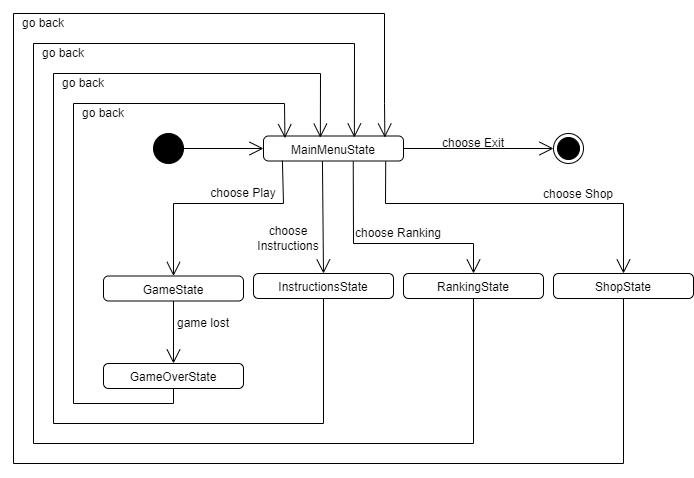
Before: docs/StateDiagram.png, a diagram exported from draw.io (AntonioAbilio/ShellShift-LDTS). Source tidied: cells renumbered, new cells last; positions are measured from the earlier drawing's top-left corner, leaving out a move shared by most shapes. The source it was exported from:
```xml
<mxGraphModel>
  <root>
    <mxCell id="0" />
    <mxCell id="1" parent="0" />
    <mxCell id="2" style="ellipse;fillColor=strokeColor;html=1;" parent="1" vertex="1">
      <mxGeometry x="140" y="120" width="30" height="30" as="geometry" />
    </mxCell>
    <mxCell id="3" style="ellipse;html=1;shape=endState;fillColor=strokeColor;" parent="1" vertex="1">
      <mxGeometry x="540" y="120" width="30" height="30" as="geometry" />
    </mxCell>
    <mxCell id="4" value="MainMenuState" style="html=1;align=center;verticalAlign=top;rounded=1;absoluteArcSize=1;arcSize=10;dashed=0;whiteSpace=wrap;" parent="1" vertex="1">
      <mxGeometry x="250" y="122.5" width="140" height="25" as="geometry" />
    </mxCell>
    <mxCell id="5" style="endArrow=open;endFill=1;endSize=12;html=1;rounded=0;exitX=1;exitY=0.5;exitDx=0;exitDy=0;entryX=0;entryY=0.5;entryDx=0;entryDy=0;" parent="1" edge="1" source="2" target="4">
      <mxGeometry relative="1" as="geometry" />
    </mxCell>
    <mxCell id="6" style="endArrow=open;endFill=1;endSize=12;html=1;rounded=0;exitX=0.135;exitY=0.989;exitDx=0;exitDy=0;exitPerimeter=0;entryX=0.5;entryY=0;entryDx=0;entryDy=0;" parent="1" edge="1" source="4" target="7">
      <mxGeometry relative="1" as="geometry">
        <Array as="points">
          <mxPoint x="270" y="190" />
          <mxPoint x="160" y="190" />
        </Array>
      </mxGeometry>
    </mxCell>
    <mxCell id="7" value="GameState" style="html=1;align=center;verticalAlign=top;rounded=1;absoluteArcSize=1;arcSize=10;dashed=0;whiteSpace=wrap;" parent="1" vertex="1">
      <mxGeometry x="90" y="262.5" width="140" height="25" as="geometry" />
    </mxCell>
    <mxCell id="8" value="InstructionsState" style="html=1;align=center;verticalAlign=top;rounded=1;absoluteArcSize=1;arcSize=10;dashed=0;whiteSpace=wrap;" parent="1" vertex="1">
      <mxGeometry x="240" y="260" width="140" height="25" as="geometry" />
    </mxCell>
    <mxCell id="9" value="GameOverState" style="html=1;align=center;verticalAlign=top;rounded=1;absoluteArcSize=1;arcSize=10;dashed=0;whiteSpace=wrap;" parent="1" vertex="1">
      <mxGeometry x="90" y="350" width="140" height="25" as="geometry" />
    </mxCell>
    <mxCell id="10" value="ShopState" style="html=1;align=center;verticalAlign=top;rounded=1;absoluteArcSize=1;arcSize=10;dashed=0;whiteSpace=wrap;" parent="1" vertex="1">
      <mxGeometry x="540" y="260" width="140" height="25" as="geometry" />
    </mxCell>
    <mxCell id="11" value="RankingState" style="html=1;align=center;verticalAlign=top;rounded=1;absoluteArcSize=1;arcSize=10;dashed=0;whiteSpace=wrap;" parent="1" vertex="1">
      <mxGeometry x="390" y="260" width="140" height="25" as="geometry" />
    </mxCell>
    <mxCell id="12" style="endArrow=open;endFill=1;endSize=12;html=1;rounded=0;exitX=0.421;exitY=1.007;exitDx=0;exitDy=0;entryX=0.5;entryY=0;entryDx=0;entryDy=0;exitPerimeter=0;" parent="1" edge="1" source="4" target="8">
      <mxGeometry relative="1" as="geometry" />
    </mxCell>
    <mxCell id="13" style="endArrow=open;endFill=1;endSize=12;html=1;rounded=0;entryX=0.5;entryY=0;entryDx=0;entryDy=0;exitX=0.873;exitY=1.014;exitDx=0;exitDy=0;exitPerimeter=0;" parent="1" edge="1" source="4" target="10">
      <mxGeometry relative="1" as="geometry">
        <Array as="points">
          <mxPoint x="372" y="190" />
          <mxPoint x="610" y="190" />
        </Array>
      </mxGeometry>
    </mxCell>
    <mxCell id="14" style="endArrow=open;endFill=1;endSize=12;html=1;rounded=0;exitX=0.641;exitY=1.019;exitDx=0;exitDy=0;entryX=0.5;entryY=0;entryDx=0;entryDy=0;exitPerimeter=0;" parent="1" edge="1" source="4" target="11">
      <mxGeometry relative="1" as="geometry">
        <Array as="points">
          <mxPoint x="340" y="230" />
          <mxPoint x="460" y="230" />
        </Array>
      </mxGeometry>
    </mxCell>
    <mxCell id="15" style="endArrow=open;endFill=1;endSize=12;html=1;rounded=0;exitX=0.5;exitY=1;exitDx=0;exitDy=0;entryX=0.5;entryY=0;entryDx=0;entryDy=0;" parent="1" edge="1" source="7" target="9">
      <mxGeometry relative="1" as="geometry" />
    </mxCell>
    <mxCell id="16" style="endArrow=open;endFill=1;endSize=12;html=1;rounded=0;exitX=0.5;exitY=1;exitDx=0;exitDy=0;entryX=0.153;entryY=0.086;entryDx=0;entryDy=0;entryPerimeter=0;" parent="1" edge="1" source="9" target="4">
      <mxGeometry relative="1" as="geometry">
        <Array as="points">
          <mxPoint x="160" y="390" />
          <mxPoint x="60" y="390" />
          <mxPoint x="60" y="90" />
          <mxPoint x="271" y="90" />
        </Array>
      </mxGeometry>
    </mxCell>
    <mxCell id="17" style="endArrow=open;endFill=1;endSize=12;html=1;rounded=0;exitX=0.5;exitY=1;exitDx=0;exitDy=0;entryX=0.406;entryY=0.067;entryDx=0;entryDy=0;entryPerimeter=0;" parent="1" edge="1" source="8" target="4">
      <mxGeometry relative="1" as="geometry">
        <Array as="points">
          <mxPoint x="310" y="410" />
          <mxPoint x="40" y="410" />
          <mxPoint x="40" y="60" />
          <mxPoint x="307" y="60" />
        </Array>
      </mxGeometry>
    </mxCell>
    <mxCell id="18" style="endArrow=open;endFill=1;endSize=12;html=1;rounded=0;exitX=0.5;exitY=1;exitDx=0;exitDy=0;entryX=0.649;entryY=0.061;entryDx=0;entryDy=0;entryPerimeter=0;" parent="1" edge="1" source="11" target="4">
      <mxGeometry relative="1" as="geometry">
        <Array as="points">
          <mxPoint x="460" y="430" />
          <mxPoint x="20" y="430" />
          <mxPoint x="20" y="30" />
          <mxPoint x="341" y="30" />
        </Array>
      </mxGeometry>
    </mxCell>
    <mxCell id="19" style="endArrow=open;endFill=1;endSize=12;html=1;rounded=0;exitX=0.5;exitY=1;exitDx=0;exitDy=0;entryX=0.867;entryY=0.062;entryDx=0;entryDy=0;entryPerimeter=0;" parent="1" edge="1" source="10" target="4">
      <mxGeometry relative="1" as="geometry">
        <Array as="points">
          <mxPoint x="610" y="450" />
          <mxPoint y="450" />
          <mxPoint />
          <mxPoint x="371" />
          <mxPoint x="371" y="90" />
        </Array>
      </mxGeometry>
    </mxCell>
    <mxCell id="20" style="endArrow=open;endFill=1;endSize=12;html=1;rounded=0;exitX=1;exitY=0.5;exitDx=0;exitDy=0;entryX=0;entryY=0.5;entryDx=0;entryDy=0;" parent="1" edge="1" source="4" target="3">
      <mxGeometry relative="1" as="geometry" />
    </mxCell>
    <mxCell id="21" value="choose Play" style="text;html=1;strokeColor=none;fillColor=none;align=center;verticalAlign=middle;whiteSpace=wrap;rounded=0;" parent="1" vertex="1">
      <mxGeometry x="190" y="170" width="80" height="20" as="geometry" />
    </mxCell>
    <mxCell id="22" value="choose Instructions" style="text;html=1;strokeColor=none;fillColor=none;align=center;verticalAlign=middle;whiteSpace=wrap;rounded=0;" parent="1" vertex="1">
      <mxGeometry x="240" y="210" width="70" height="30" as="geometry" />
    </mxCell>
    <mxCell id="23" value="choose Ranking" style="text;html=1;strokeColor=none;fillColor=none;align=center;verticalAlign=middle;whiteSpace=wrap;rounded=0;" parent="1" vertex="1">
      <mxGeometry x="330" y="210" width="110" height="20" as="geometry" />
    </mxCell>
    <mxCell id="24" value="choose Shop" style="text;html=1;strokeColor=none;fillColor=none;align=center;verticalAlign=middle;whiteSpace=wrap;rounded=0;" parent="1" vertex="1">
      <mxGeometry x="510" y="172.5" width="110" height="17.5" as="geometry" />
    </mxCell>
    <mxCell id="25" value="game lost" style="text;html=1;strokeColor=none;fillColor=none;align=center;verticalAlign=middle;whiteSpace=wrap;rounded=0;" parent="1" vertex="1">
      <mxGeometry x="160" y="300" width="60" height="20" as="geometry" />
    </mxCell>
    <mxCell id="26" value="go back" style="text;html=1;strokeColor=none;fillColor=none;align=center;verticalAlign=middle;whiteSpace=wrap;rounded=0;" parent="1" vertex="1">
      <mxGeometry x="60" y="90" width="60" height="20" as="geometry" />
    </mxCell>
    <mxCell id="27" value="go back" style="text;html=1;strokeColor=none;fillColor=none;align=center;verticalAlign=middle;whiteSpace=wrap;rounded=0;" parent="1" vertex="1">
      <mxGeometry x="40" y="60" width="60" height="20" as="geometry" />
    </mxCell>
    <mxCell id="28" value="go back" style="text;html=1;strokeColor=none;fillColor=none;align=center;verticalAlign=middle;whiteSpace=wrap;rounded=0;" parent="1" vertex="1">
      <mxGeometry x="20" y="30" width="60" height="20" as="geometry" />
    </mxCell>
    <mxCell id="29" value="go back" style="text;html=1;strokeColor=none;fillColor=none;align=center;verticalAlign=middle;whiteSpace=wrap;rounded=0;" parent="1" vertex="1">
      <mxGeometry width="60" height="20" as="geometry" />
    </mxCell>
    <mxCell id="30" value="choose Exit" style="text;html=1;strokeColor=none;fillColor=none;align=center;verticalAlign=middle;whiteSpace=wrap;rounded=0;" parent="1" vertex="1">
      <mxGeometry x="405" y="120" width="110" height="20" as="geometry" />
    </mxCell>
  </root>
</mxGraphModel>
```
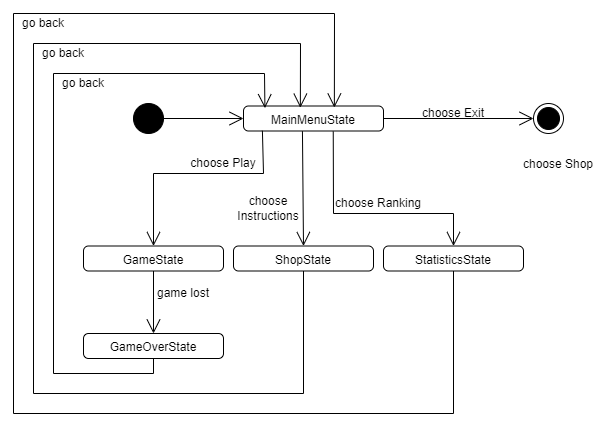
After the change.

Diff of the diagram source:
```diff
@@ -25,29 +25,18 @@
     <mxCell id="7" value="GameState" style="html=1;align=center;verticalAlign=top;rounded=1;absoluteArcSize=1;arcSize=10;dashed=0;whiteSpace=wrap;" parent="1" vertex="1">
       <mxGeometry x="90" y="262.5" width="140" height="25" as="geometry" />
     </mxCell>
-    <mxCell id="8" value="InstructionsState" style="html=1;align=center;verticalAlign=top;rounded=1;absoluteArcSize=1;arcSize=10;dashed=0;whiteSpace=wrap;" parent="1" vertex="1">
-      <mxGeometry x="240" y="260" width="140" height="25" as="geometry" />
+    <mxCell id="8" value="ShopState" style="html=1;align=center;verticalAlign=top;rounded=1;absoluteArcSize=1;arcSize=10;dashed=0;whiteSpace=wrap;" parent="1" vertex="1">
+      <mxGeometry x="240" y="262.5" width="140" height="25" as="geometry" />
     </mxCell>
     <mxCell id="9" value="GameOverState" style="html=1;align=center;verticalAlign=top;rounded=1;absoluteArcSize=1;arcSize=10;dashed=0;whiteSpace=wrap;" parent="1" vertex="1">
       <mxGeometry x="90" y="350" width="140" height="25" as="geometry" />
     </mxCell>
-    <mxCell id="10" value="ShopState" style="html=1;align=center;verticalAlign=top;rounded=1;absoluteArcSize=1;arcSize=10;dashed=0;whiteSpace=wrap;" parent="1" vertex="1">
-      <mxGeometry x="540" y="260" width="140" height="25" as="geometry" />
-    </mxCell>
-    <mxCell id="11" value="RankingState" style="html=1;align=center;verticalAlign=top;rounded=1;absoluteArcSize=1;arcSize=10;dashed=0;whiteSpace=wrap;" parent="1" vertex="1">
-      <mxGeometry x="390" y="260" width="140" height="25" as="geometry" />
+    <mxCell id="11" value="StatisticsState" style="html=1;align=center;verticalAlign=top;rounded=1;absoluteArcSize=1;arcSize=10;dashed=0;whiteSpace=wrap;" parent="1" vertex="1">
+      <mxGeometry x="390" y="262.5" width="140" height="25" as="geometry" />
     </mxCell>
     <mxCell id="12" style="endArrow=open;endFill=1;endSize=12;html=1;rounded=0;exitX=0.421;exitY=1.007;exitDx=0;exitDy=0;entryX=0.5;entryY=0;entryDx=0;entryDy=0;exitPerimeter=0;" parent="1" edge="1" source="4" target="8">
       <mxGeometry relative="1" as="geometry" />
     </mxCell>
-    <mxCell id="13" style="endArrow=open;endFill=1;endSize=12;html=1;rounded=0;entryX=0.5;entryY=0;entryDx=0;entryDy=0;exitX=0.873;exitY=1.014;exitDx=0;exitDy=0;exitPerimeter=0;" parent="1" edge="1" source="4" target="10">
-      <mxGeometry relative="1" as="geometry">
-        <Array as="points">
-          <mxPoint x="372" y="190" />
-          <mxPoint x="610" y="190" />
-        </Array>
-      </mxGeometry>
-    </mxCell>
     <mxCell id="14" style="endArrow=open;endFill=1;endSize=12;html=1;rounded=0;exitX=0.641;exitY=1.019;exitDx=0;exitDy=0;entryX=0.5;entryY=0;entryDx=0;entryDy=0;exitPerimeter=0;" parent="1" edge="1" source="4" target="11">
       <mxGeometry relative="1" as="geometry">
         <Array as="points">
@@ -89,17 +78,6 @@
         </Array>
       </mxGeometry>
     </mxCell>
-    <mxCell id="19" style="endArrow=open;endFill=1;endSize=12;html=1;rounded=0;exitX=0.5;exitY=1;exitDx=0;exitDy=0;entryX=0.867;entryY=0.062;entryDx=0;entryDy=0;entryPerimeter=0;" parent="1" edge="1" source="10" target="4">
-      <mxGeometry relative="1" as="geometry">
-        <Array as="points">
-          <mxPoint x="610" y="450" />
-          <mxPoint y="450" />
-          <mxPoint />
-          <mxPoint x="371" />
-          <mxPoint x="371" y="90" />
-        </Array>
-      </mxGeometry>
-    </mxCell>
     <mxCell id="20" style="endArrow=open;endFill=1;endSize=12;html=1;rounded=0;exitX=1;exitY=0.5;exitDx=0;exitDy=0;entryX=0;entryY=0.5;entryDx=0;entryDy=0;" parent="1" edge="1" source="4" target="3">
       <mxGeometry relative="1" as="geometry" />
     </mxCell>
@@ -127,9 +105,6 @@
     <mxCell id="28" value="go back" style="text;html=1;strokeColor=none;fillColor=none;align=center;verticalAlign=middle;whiteSpace=wrap;rounded=0;" parent="1" vertex="1">
       <mxGeometry x="20" y="30" width="60" height="20" as="geometry" />
     </mxCell>
-    <mxCell id="29" value="go back" style="text;html=1;strokeColor=none;fillColor=none;align=center;verticalAlign=middle;whiteSpace=wrap;rounded=0;" parent="1" vertex="1">
-      <mxGeometry width="60" height="20" as="geometry" />
-    </mxCell>
     <mxCell id="30" value="choose Exit" style="text;html=1;strokeColor=none;fillColor=none;align=center;verticalAlign=middle;whiteSpace=wrap;rounded=0;" parent="1" vertex="1">
       <mxGeometry x="405" y="120" width="110" height="20" as="geometry" />
     </mxCell>
```
